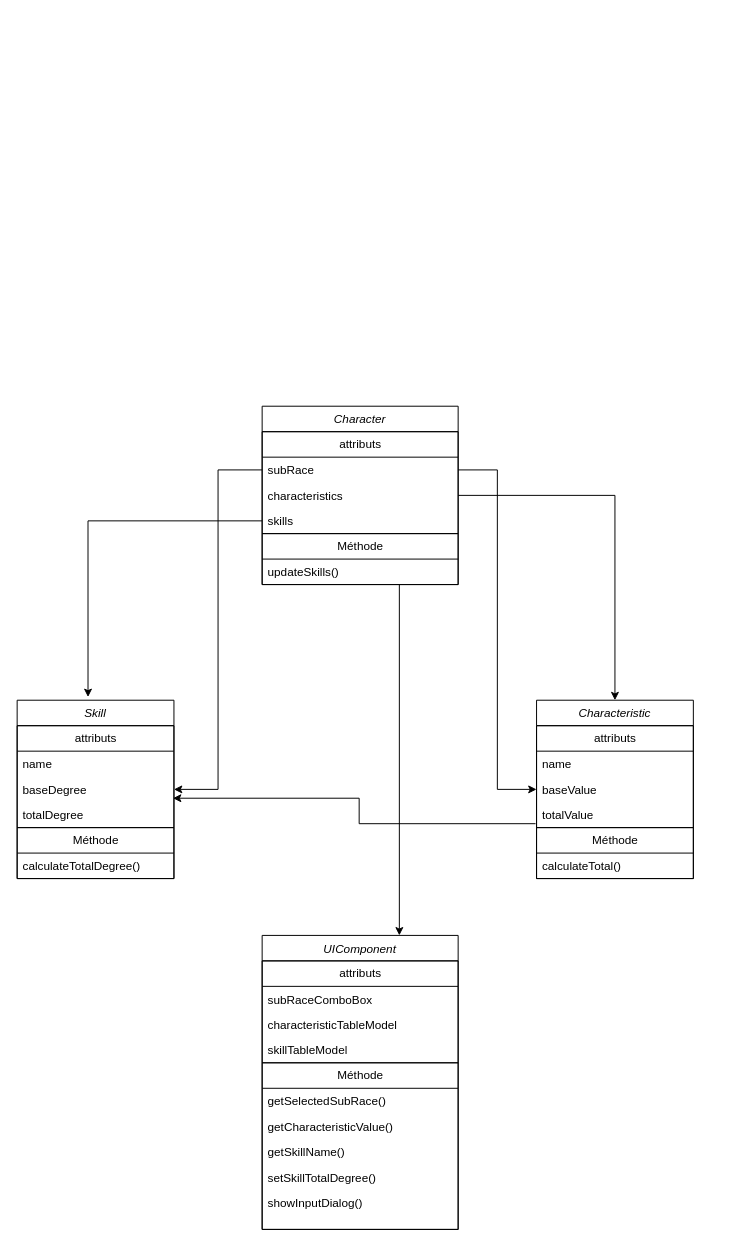
Before: uml_jdr.drawio in dracsoft/jdr, a draw.io diagram. Source tidied: cells renumbered, new cells numbered last; positions are measured from the earlier drawing's top-left corner, leaving out a move shared by most shapes. Both pictures are drawn from the tidied source at 98%, with x=0, y=0 at pixel (17, 406).
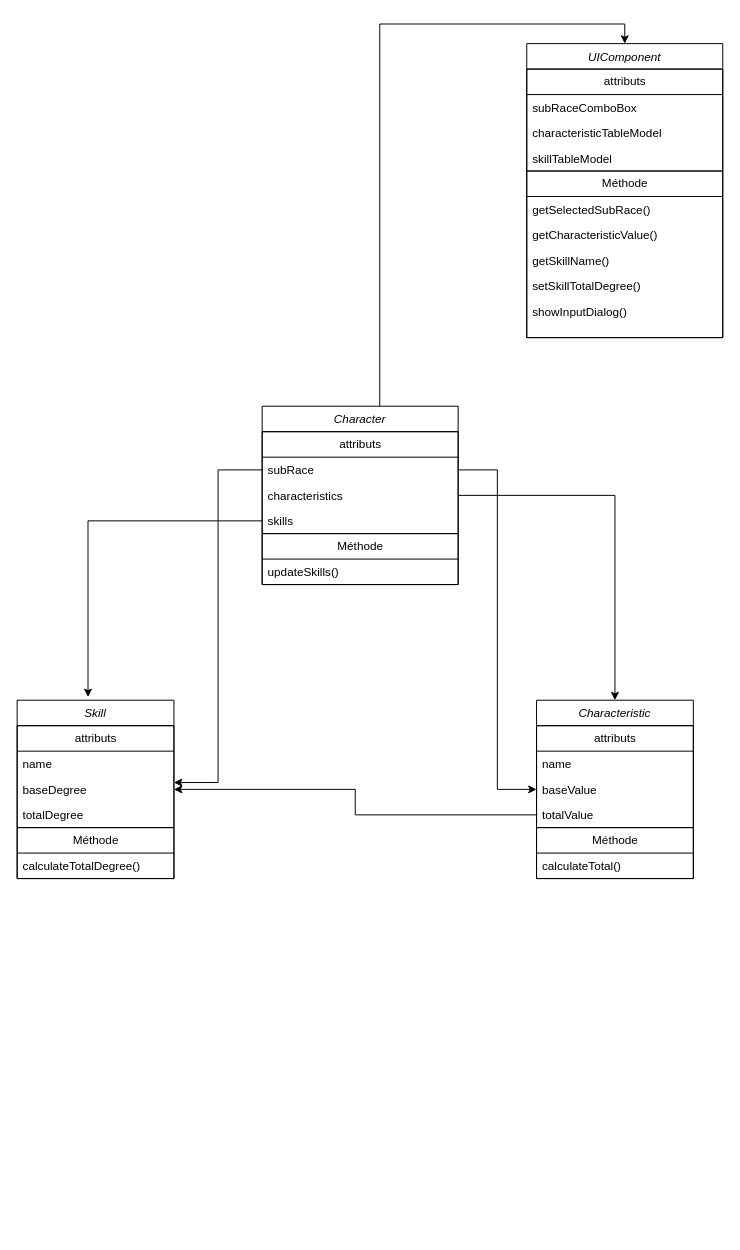
The same diagram, later.

Commit message:
Mettre à jour uml_jdr.drawio

The change refers to these unchanged cells:
```xml
<mxCell id="3" value="Character " style="swimlane;fontStyle=2;align=center;verticalAlign=top;horizontal=1;startSize=26;rounded=0;shadow=0;strokeWidth=1;" parent="1" vertex="1">
  <mxGeometry x="250" width="200" height="182" as="geometry" />
</mxCell>
<mxCell id="5" value="subRace" style="text;strokeColor=none;fillColor=none;align=left;verticalAlign=top;spacingLeft=4;spacingRight=4;overflow=hidden;points=[[0,0.5],[1,0.5]];portConstraint=eastwest;whiteSpace=wrap;html=1;" parent="4" vertex="1">
  <mxGeometry y="26" width="200" height="26" as="geometry" />
</mxCell>
<mxCell id="13" value="baseDegree" style="text;strokeColor=none;fillColor=none;align=left;verticalAlign=top;spacingLeft=4;spacingRight=4;overflow=hidden;points=[[0,0.5],[1,0.5]];portConstraint=eastwest;whiteSpace=wrap;html=1;" parent="11" vertex="1">
  <mxGeometry y="52" width="160" height="26" as="geometry" />
</mxCell>
<mxCell id="21" value="totalValue" style="text;strokeColor=none;fillColor=none;align=left;verticalAlign=top;spacingLeft=4;spacingRight=4;overflow=hidden;points=[[0,0.5],[1,0.5]];portConstraint=eastwest;whiteSpace=wrap;html=1;" parent="18" vertex="1">
  <mxGeometry y="78" width="160" height="26" as="geometry" />
</mxCell>
```

What changed in the source:
```diff
@@
-    <mxCell id="2" style="edgeStyle=orthogonalEdgeStyle;rounded=0;jettySize=auto;html=1;" parent="1" edge="1" source="3" target="24">
+    <mxCell id="2" style="edgeStyle=orthogonalEdgeStyle;rounded=0;jettySize=auto;html=1;entryX=0.5;entryY=0;entryDx=0;entryDy=0;" parent="1" edge="1" source="3" target="24">
       <mxGeometry relative="1" as="geometry">
         <Array as="points">
-          <mxPoint x="390" y="360" />
-          <mxPoint x="390" y="360" />
+          <mxPoint x="370" y="-390" />
+          <mxPoint x="620" y="-390" />
         </Array>
       </mxGeometry>
     </mxCell>
@@
     <mxCell id="24" value="UIComponent" style="swimlane;fontStyle=2;align=center;verticalAlign=top;horizontal=1;startSize=26;rounded=0;shadow=0;strokeWidth=1;" parent="1" vertex="1">
-      <mxGeometry x="250" y="540" width="200" height="300" as="geometry" />
+      <mxGeometry x="520" y="-370" width="200" height="300" as="geometry" />
     </mxCell>
@@
-    <mxCell id="36" style="edgeStyle=orthogonalEdgeStyle;rounded=0;orthogonalLoop=1;jettySize=auto;html=1;" parent="1" edge="1">
-      <mxGeometry relative="1" as="geometry">
-        <mxPoint x="529" y="426" as="sourcePoint" />
-        <mxPoint x="159" y="400" as="targetPoint" />
-        <Array as="points">
-          <mxPoint x="349" y="426" />
-          <mxPoint x="349" y="400" />
-        </Array>
-      </mxGeometry>
-    </mxCell>
-    <mxCell id="37" style="edgeStyle=orthogonalEdgeStyle;rounded=0;jettySize=auto;html=1;entryX=1;entryY=0.5;entryDx=0;entryDy=0;" parent="1" edge="1" source="5" target="13">
-      <mxGeometry relative="1" as="geometry" />
-    </mxCell>
@@
+    <mxCell id="40" style="edgeStyle=orthogonalEdgeStyle;rounded=0;jettySize=auto;html=1;entryX=1;entryY=0.5;entryDx=0;entryDy=0;" parent="1" edge="1" source="21" target="13">
+      <mxGeometry relative="1" as="geometry" />
+    </mxCell>
+    <mxCell id="37" style="edgeStyle=orthogonalEdgeStyle;rounded=0;jettySize=auto;html=1;entryX=1;entryY=0.231;entryDx=0;entryDy=0;entryPerimeter=0;" parent="1" edge="1" source="5" target="13">
+      <mxGeometry relative="1" as="geometry" />
+    </mxCell>
```
